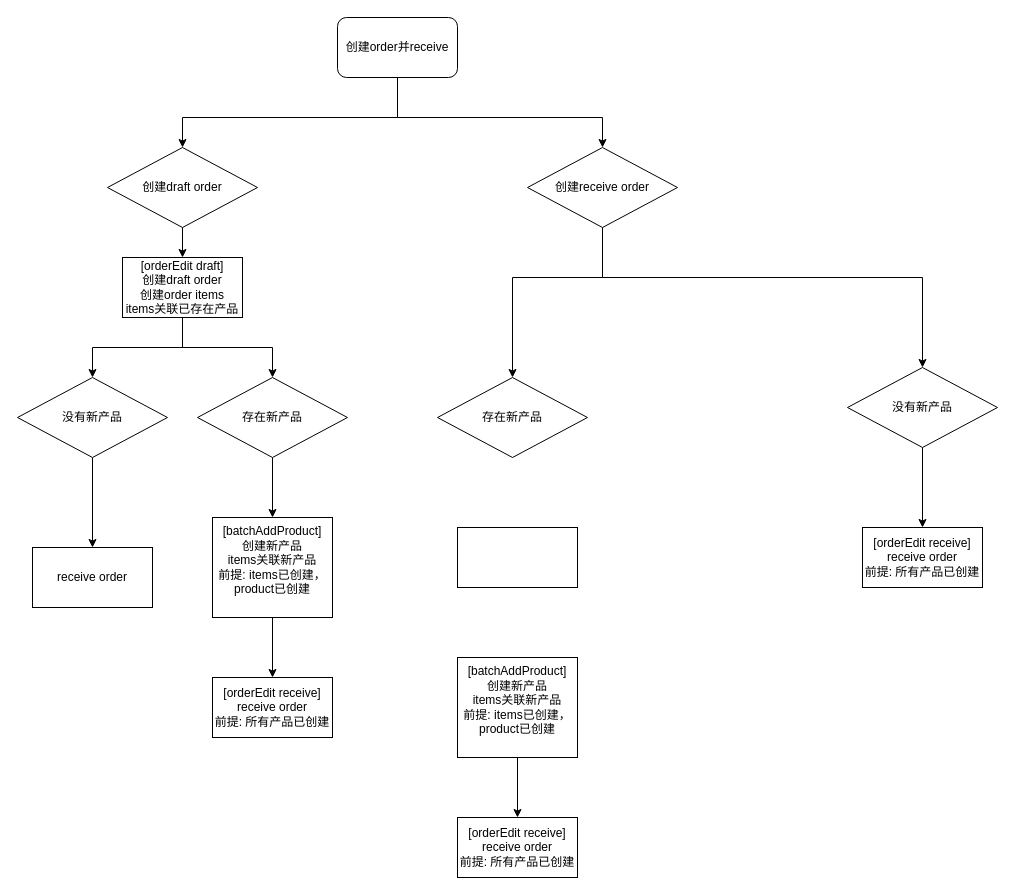
lecoboy/drawio keeps this draw.io diagram as 创建inventoryOrder流程.drawio. Above is the earlier version. Source tidied: cells renumbered, new cells numbered last; positions are measured from the earlier drawing's top-left corner, leaving out a move shared by most shapes. Both pictures are drawn from the tidied source at 100%, with x=0, y=0 at pixel (17, 17).
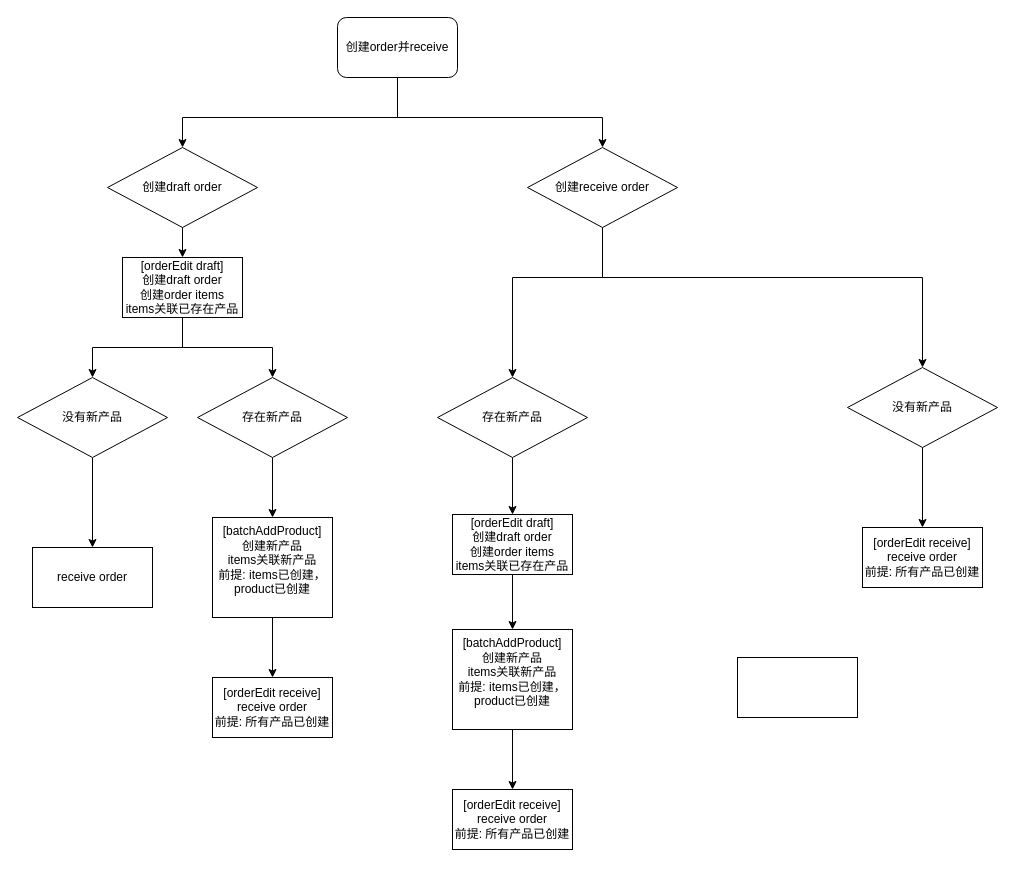
Above is the later version.

Commit message:
更新创建inventoryOrder流程.drawio

The change refers to these unchanged cells:
```xml
<mxCell id="12" value="存在新产品" style="rhombus;whiteSpace=wrap;html=1;" parent="1" vertex="1">
  <mxGeometry x="420" y="360" width="150" height="80" as="geometry" />
</mxCell>
```

Change to the diagram source:
```diff
@@
+    <mxCell id="29" style="edgeStyle=orthogonalEdgeStyle;rounded=0;jettySize=auto;html=1;" parent="1" edge="1" source="12" target="31">
+      <mxGeometry relative="1" as="geometry" />
+    </mxCell>
@@
     <mxCell id="25" value="&lt;div&gt;[batchAddProduct]&lt;/div&gt;创建新产品&lt;div&gt;items关联新产品&lt;div&gt;前提: items已创建，&lt;/div&gt;&lt;div&gt;product已创建&lt;/div&gt;&lt;div&gt;&lt;br&gt;&lt;/div&gt;&lt;/div&gt;" style="whiteSpace=wrap;html=1;" parent="1" vertex="1">
-      <mxGeometry x="440" y="640" width="120" height="100" as="geometry" />
+      <mxGeometry x="435" y="612" width="120" height="100" as="geometry" />
     </mxCell>
     <mxCell id="26" value="&lt;div&gt;[orderEdit receive]&lt;/div&gt;receive order&lt;div&gt;前提: 所有产品已创建&lt;/div&gt;" style="whiteSpace=wrap;html=1;" parent="1" vertex="1">
-      <mxGeometry x="440" y="800" width="120" height="60" as="geometry" />
+      <mxGeometry x="435" y="772" width="120" height="60" as="geometry" />
     </mxCell>
     <mxCell id="27" style="whiteSpace=wrap;html=1;" parent="1" vertex="1">
-      <mxGeometry x="440" y="510" width="120" height="60" as="geometry" />
+      <mxGeometry x="720" y="640" width="120" height="60" as="geometry" />
     </mxCell>
@@
+    <mxCell id="30" style="edgeStyle=orthogonalEdgeStyle;rounded=0;jettySize=auto;html=1;" parent="1" edge="1" source="31" target="25">
+      <mxGeometry relative="1" as="geometry" />
+    </mxCell>
+    <mxCell id="31" value="&lt;div&gt;[orderEdit draft]&lt;/div&gt;创建draft order&lt;br&gt;创建order items&lt;div&gt;items关联已存在产品&lt;/div&gt;" style="whiteSpace=wrap;html=1;" parent="1" vertex="1">
+      <mxGeometry x="435" y="497" width="120" height="60" as="geometry" />
+    </mxCell>
```
